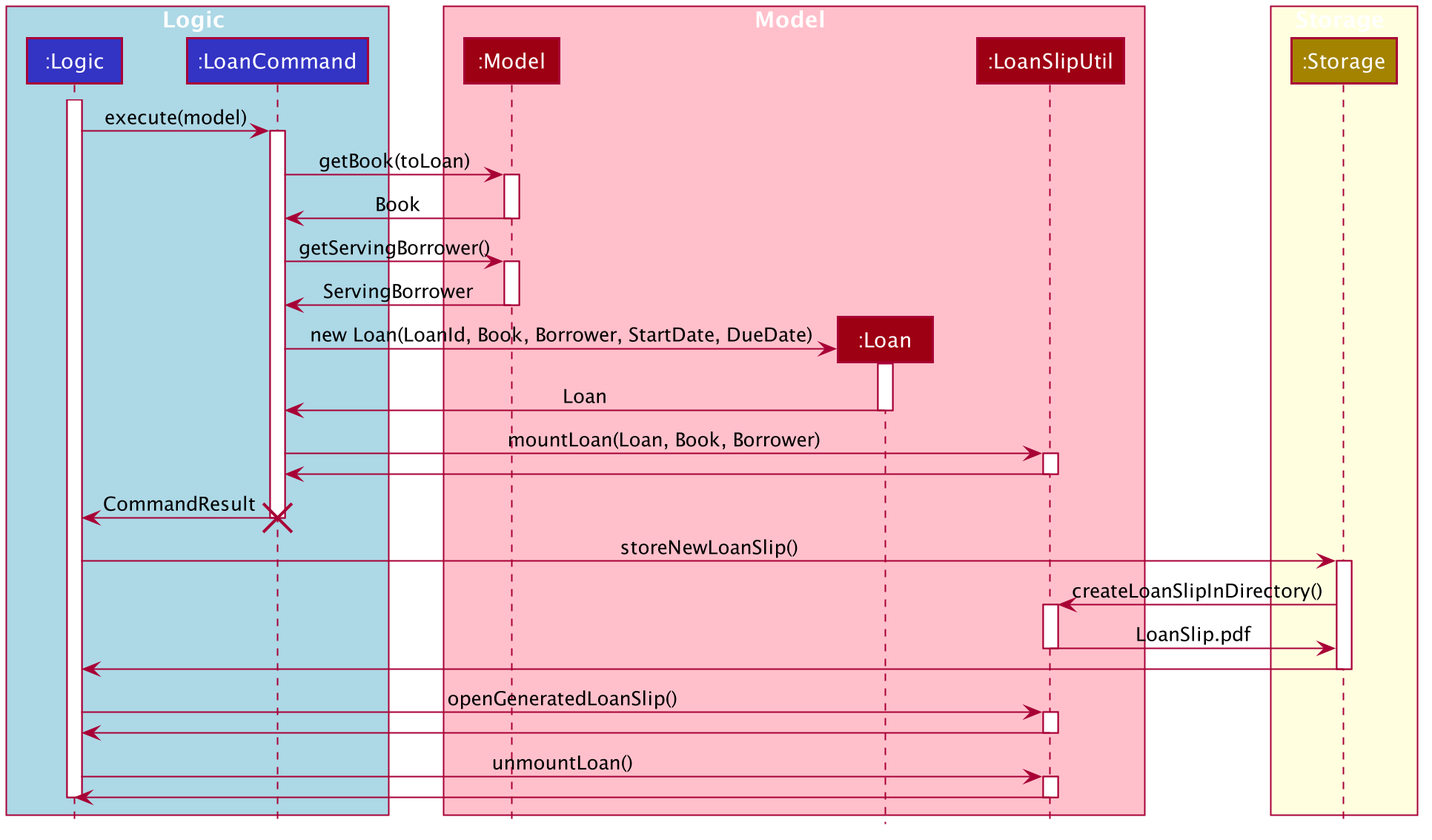
AY1920S1-CS2103T-F13-1/main keeps this PlantUML diagram as images/LoanSlipGeneration.png. Above is the earlier version.
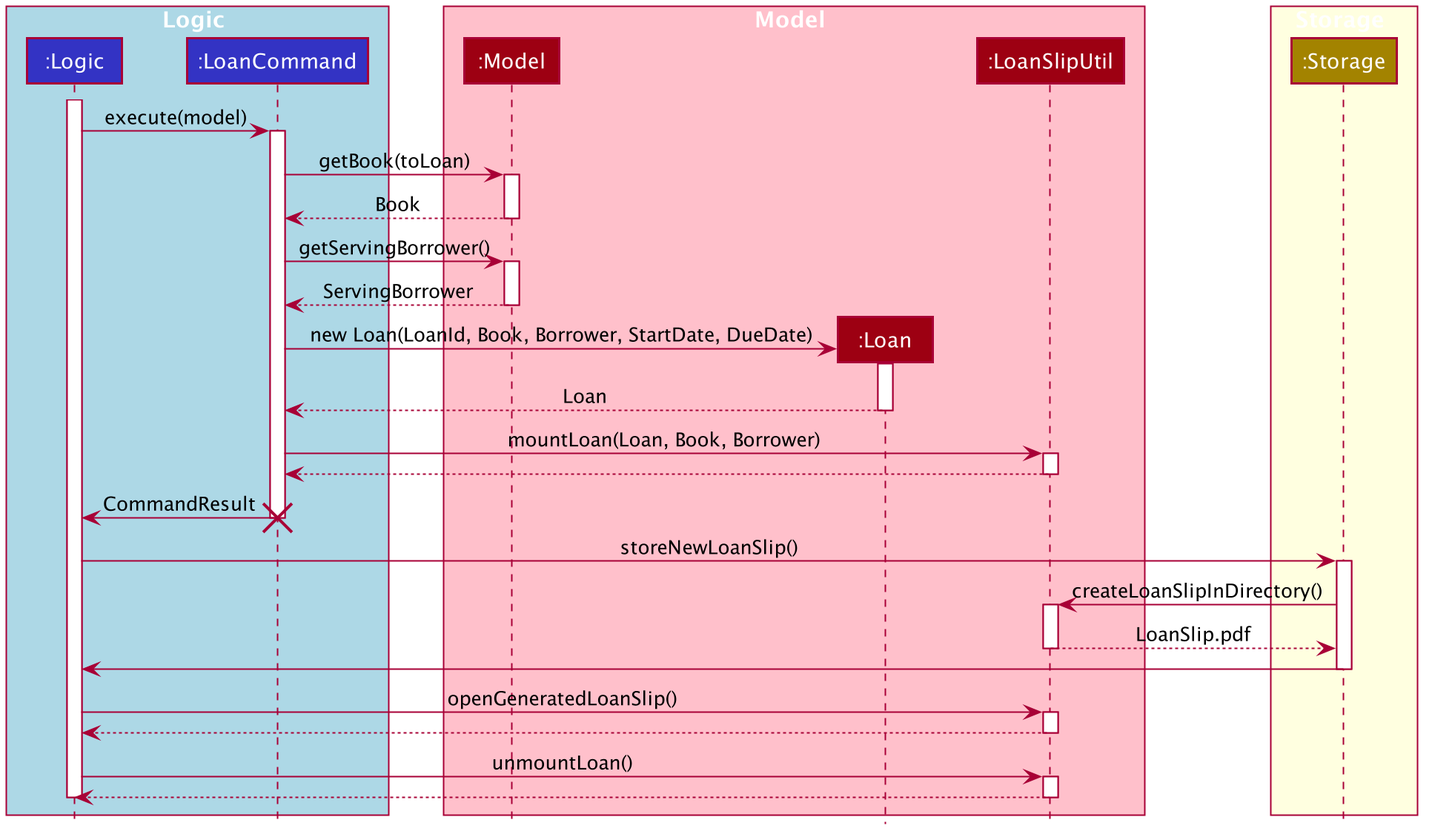
Above is the later version.

Diff of the diagram source:
```diff
@@ -67,23 +67,23 @@
 
 LoanCommand -> Model : getBook(toLoan)
 activate Model
-Model -> LoanCommand : Book
+Model --> LoanCommand : Book
 deactivate Model
 
 LoanCommand -> Model : getServingBorrower()
 activate Model
-Model -> LoanCommand : ServingBorrower
+Model --> LoanCommand : ServingBorrower
 deactivate Model
 
 create Loan
 LoanCommand -> Loan : new Loan(LoanId, Book, Borrower, StartDate, DueDate)
 activate Loan
-Loan -> LoanCommand : Loan
+Loan --> LoanCommand : Loan
 deactivate Loan
 
 LoanCommand -> LoanSlipUtil : mountLoan(Loan, Book, Borrower)
 activate LoanSlipUtil
-LoanSlipUtil -> LoanCommand
+LoanSlipUtil --> LoanCommand
 deactivate LoanSlipUtil
 
 LoanCommand -> Logic : CommandResult
@@ -94,7 +94,7 @@
 activate Storage
 Storage -> LoanSlipUtil : createLoanSlipInDirectory()
 activate LoanSlipUtil
-LoanSlipUtil -> Storage : LoanSlip.pdf
+LoanSlipUtil --> Storage : LoanSlip.pdf
 deactivate LoanSlipUtil
 
 Storage -> Logic
@@ -102,12 +102,12 @@
 
 Logic -> LoanSlipUtil : openGeneratedLoanSlip()
 activate LoanSlipUtil
-LoanSlipUtil -> Logic
+LoanSlipUtil --> Logic
 deactivate LoanSlipUtil
 
 Logic -> LoanSlipUtil : unmountLoan()
 activate LoanSlipUtil
-LoanSlipUtil -> Logic
+LoanSlipUtil --> Logic
 deactivate LoanSlipUtil
 
 deactivate Logic
```
